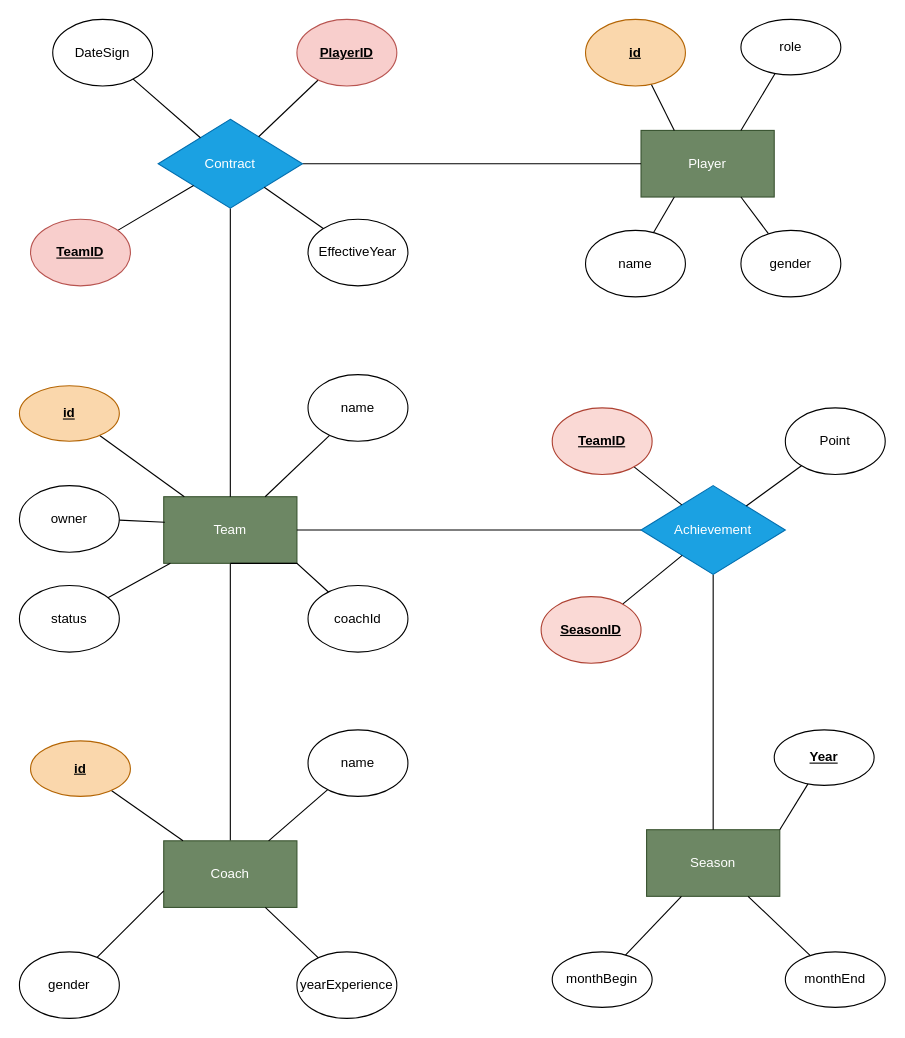
Above: diagram.drawio in Khoande150820/DBI202 (draw.io), before the change. Source tidied: cells renumbered, new cells numbered last; positions are measured from the earlier drawing's top-left corner, leaving out a move shared by most shapes. Both pictures are drawn from the tidied source at 111%, with x=0, y=0 at pixel (19, 19).
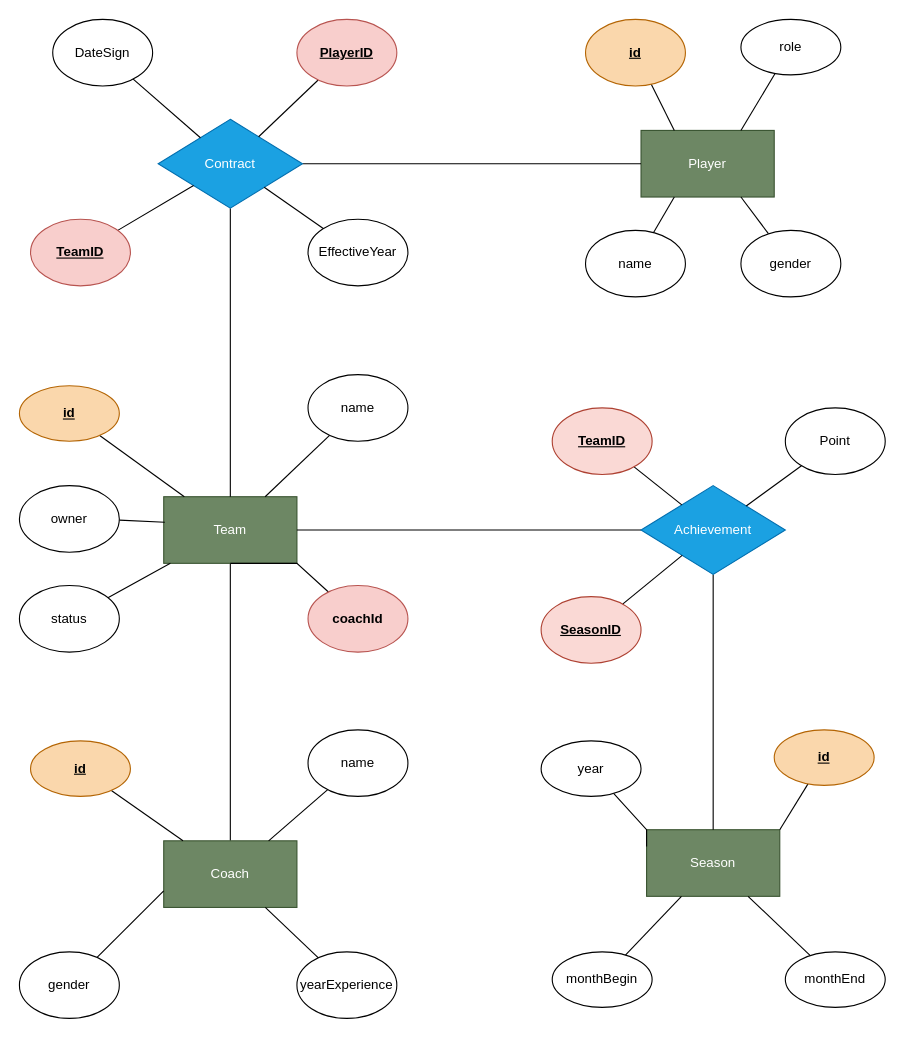
Above is the later version.

Unchanged cells that the change refers to:
```xml
<mxCell id="12" value="Team" style="rounded=0;whiteSpace=wrap;html=1;fillColor=#6d8764;strokeColor=#3A5431;fontColor=#ffffff;" parent="1" vertex="1">
  <mxGeometry x="130" y="430" width="120" height="60" as="geometry" />
</mxCell>
<mxCell id="34" value="Season" style="rounded=0;whiteSpace=wrap;html=1;fillColor=#6d8764;strokeColor=#3A5431;fontColor=#ffffff;" parent="1" vertex="1">
  <mxGeometry x="565" y="730" width="120" height="60" as="geometry" />
</mxCell>
<mxCell id="50" value="Coach" style="rounded=0;whiteSpace=wrap;html=1;fillColor=#6d8764;strokeColor=#3A5431;fontColor=#ffffff;" parent="1" vertex="1">
  <mxGeometry x="130" y="740" width="120" height="60" as="geometry" />
</mxCell>
```

Diff of the diagram source:
```diff
@@
-    <mxCell id="11" style="edgeStyle=none;rounded=0;jettySize=auto;html=1;endArrow=none;endFill=0;" parent="1" edge="1" source="12" target="50">
+    <mxCell id="11" style="edgeStyle=orthogonalEdgeStyle;rounded=0;jettySize=auto;html=1;endArrow=none;endFill=0;" parent="1" edge="1" source="12" target="50">
       <mxGeometry relative="1" as="geometry" />
     </mxCell>
@@
-    <mxCell id="22" value="coachId" style="ellipse;whiteSpace=wrap;html=1;" parent="1" vertex="1">
+    <mxCell id="22" value="coachId" style="ellipse;whiteSpace=wrap;html=1;fillColor=#f8cecc;strokeColor=#b85450;fontStyle=1;" parent="1" vertex="1">
       <mxGeometry x="260" y="510" width="90" height="60" as="geometry" />
     </mxCell>
@@
-    <mxCell id="36" value="Year" style="ellipse;whiteSpace=wrap;html=1;fontStyle=5;" parent="1" vertex="1">
+    <mxCell id="36" value="id" style="ellipse;whiteSpace=wrap;html=1;fontStyle=5;fillColor=#fad7ac;strokeColor=#b46504;" parent="1" vertex="1">
       <mxGeometry x="680" y="640" width="90" height="50" as="geometry" />
     </mxCell>
@@
+    <mxCell id="59" style="rounded=0;jettySize=auto;html=1;entryX=0;entryY=0.25;entryDx=0;entryDy=0;endArrow=none;endFill=0;" parent="1" edge="1" source="60" target="34">
+      <mxGeometry relative="1" as="geometry">
+        <Array as="points">
+          <mxPoint x="565" y="730" />
+        </Array>
+      </mxGeometry>
+    </mxCell>
+    <mxCell id="60" value="year" style="ellipse;whiteSpace=wrap;html=1;" parent="1" vertex="1">
+      <mxGeometry x="470" y="650" width="90" height="50" as="geometry" />
+    </mxCell>
```
